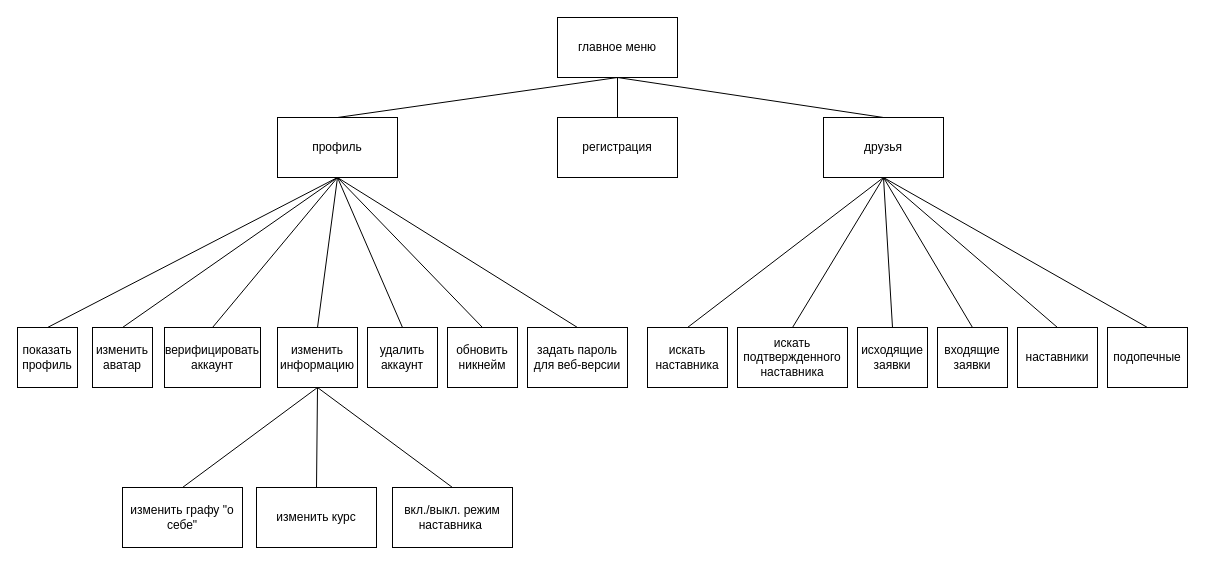
Earlier version of the draw.io diagram курсовая трпс/схемы/иерархии меню.drawio (Trickster2038/BmstuDocs5). Source tidied: cells renumbered, new cells numbered last; positions are measured from the earlier drawing's top-left corner, leaving out a move shared by most shapes. Both pictures are drawn from the tidied source at 100%, with x=0, y=0 at pixel (17, 17).
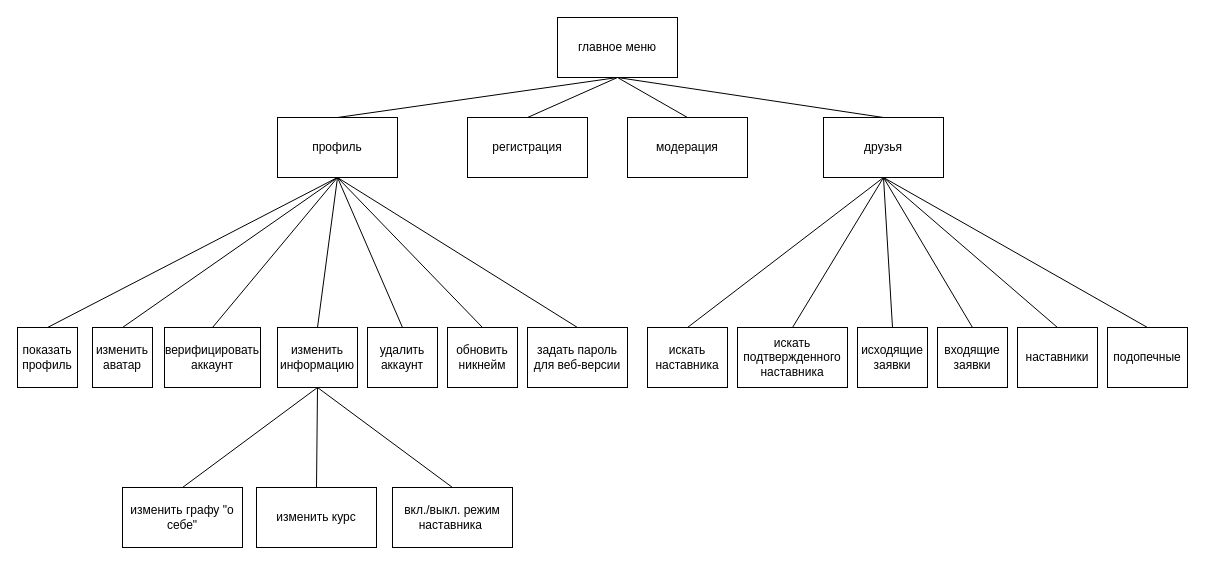
The same page after the edit.

Unchanged cells that the change refers to:
```xml
<mxCell id="3" value="главное меню" style="rounded=0;whiteSpace=wrap;html=1;" parent="1" vertex="1">
  <mxGeometry x="540" width="120" height="60" as="geometry" />
</mxCell>
```

Change to the diagram source:
```diff
@@
     <mxCell id="5" value="регистрация" style="rounded=0;whiteSpace=wrap;html=1;" parent="1" vertex="1">
-      <mxGeometry x="540" y="100" width="120" height="60" as="geometry" />
+      <mxGeometry x="450" y="100" width="120" height="60" as="geometry" />
     </mxCell>
@@
+    <mxCell id="41" style="rounded=0;jettySize=auto;html=1;exitX=0.5;exitY=0;exitDx=0;exitDy=0;entryX=0.5;entryY=1;entryDx=0;entryDy=0;endArrow=none;endFill=0;" parent="1" edge="1" source="42" target="3">
+      <mxGeometry relative="1" as="geometry" />
+    </mxCell>
+    <mxCell id="42" value="модерация" style="rounded=0;whiteSpace=wrap;html=1;" parent="1" vertex="1">
+      <mxGeometry x="610" y="100" width="120" height="60" as="geometry" />
+    </mxCell>
```
